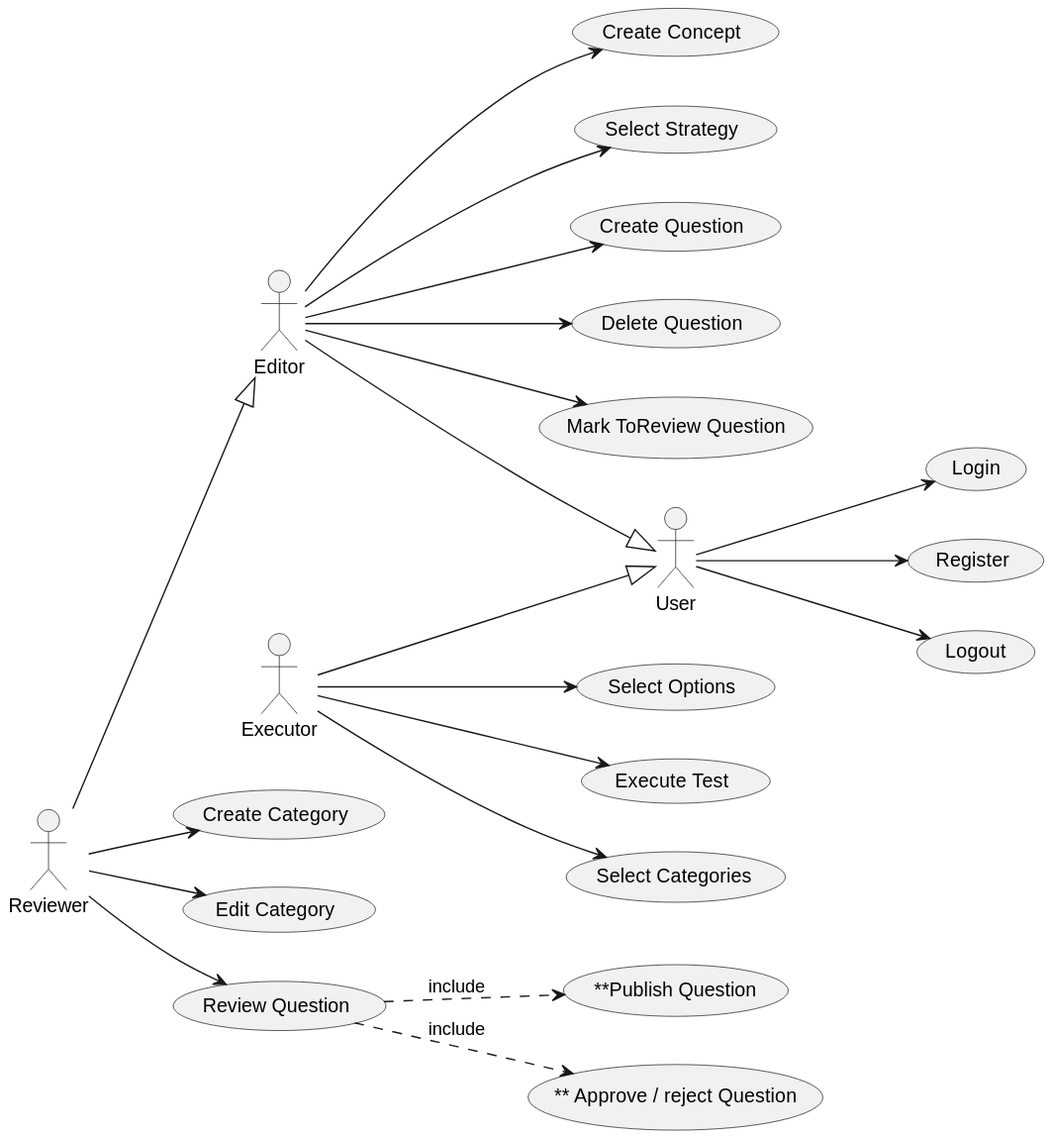
The PlantUML diagram out/doc/useCases_app/useCases_app.svg in Joselon/ProyectoOpoTest, before a commit.
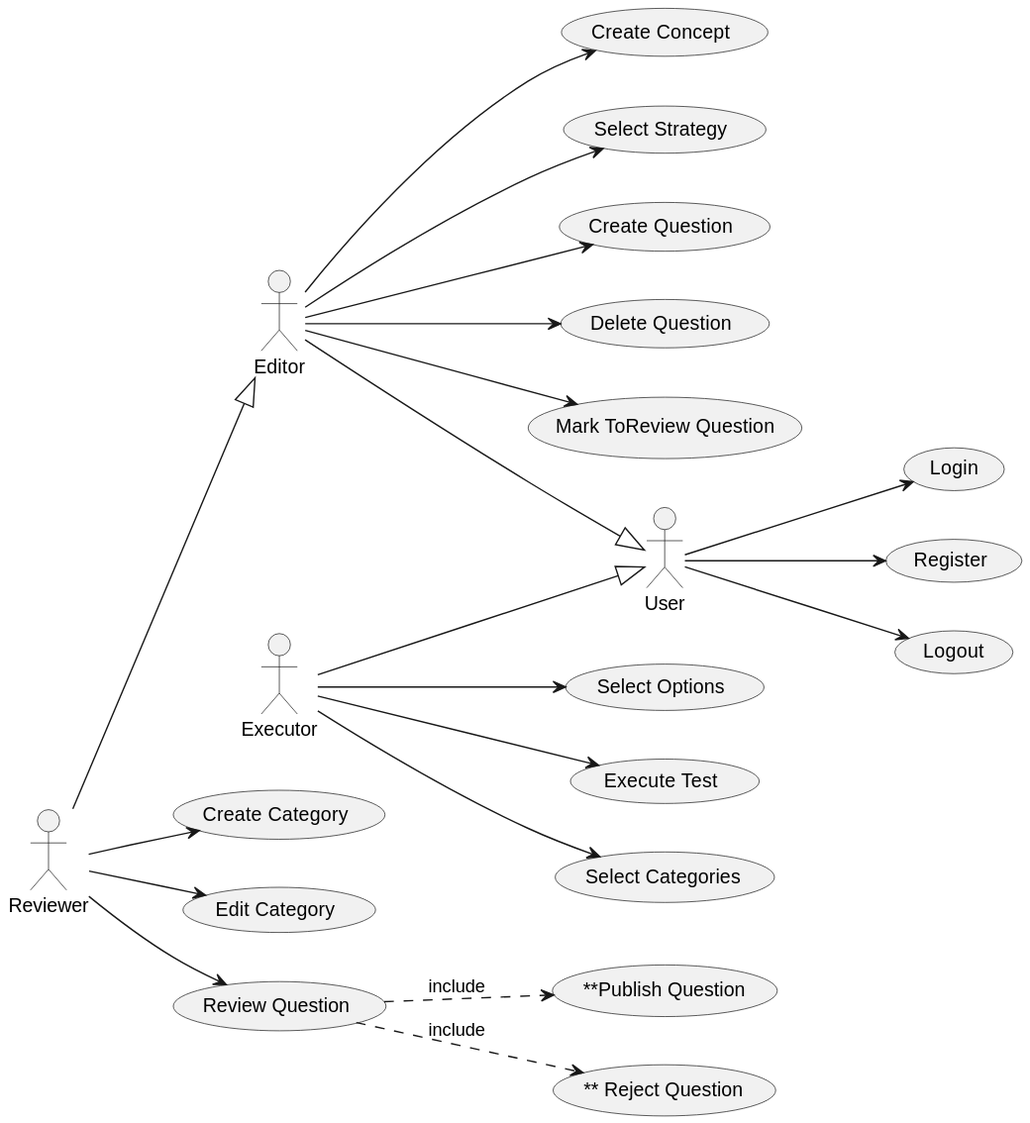
Later version of the same file.

Commit message:
UML CONCEPT STRATEGY fix

The edit, as a diff of the source:
```diff
@@ -19,7 +19,7 @@
 usecase "Create Category" as createCat
 usecase "Edit Category" as editC
 usecase "Mark ToReview Question" as markQ
-usecase "** Approve / reject Question" as approveRejectA
+usecase "** Reject Question" as rejectA
 usecase "Review Question" as reviewQ
 usecase "**Publish Question" as publishQ
 
@@ -45,7 +45,7 @@
 Reviewer --> createCat
 Reviewer --> editC
 Reviewer --> reviewQ
-    reviewQ ..> approveRejectA :include
+    reviewQ ..> rejectA :include
     reviewQ ..> publishQ :include
 
 
```
